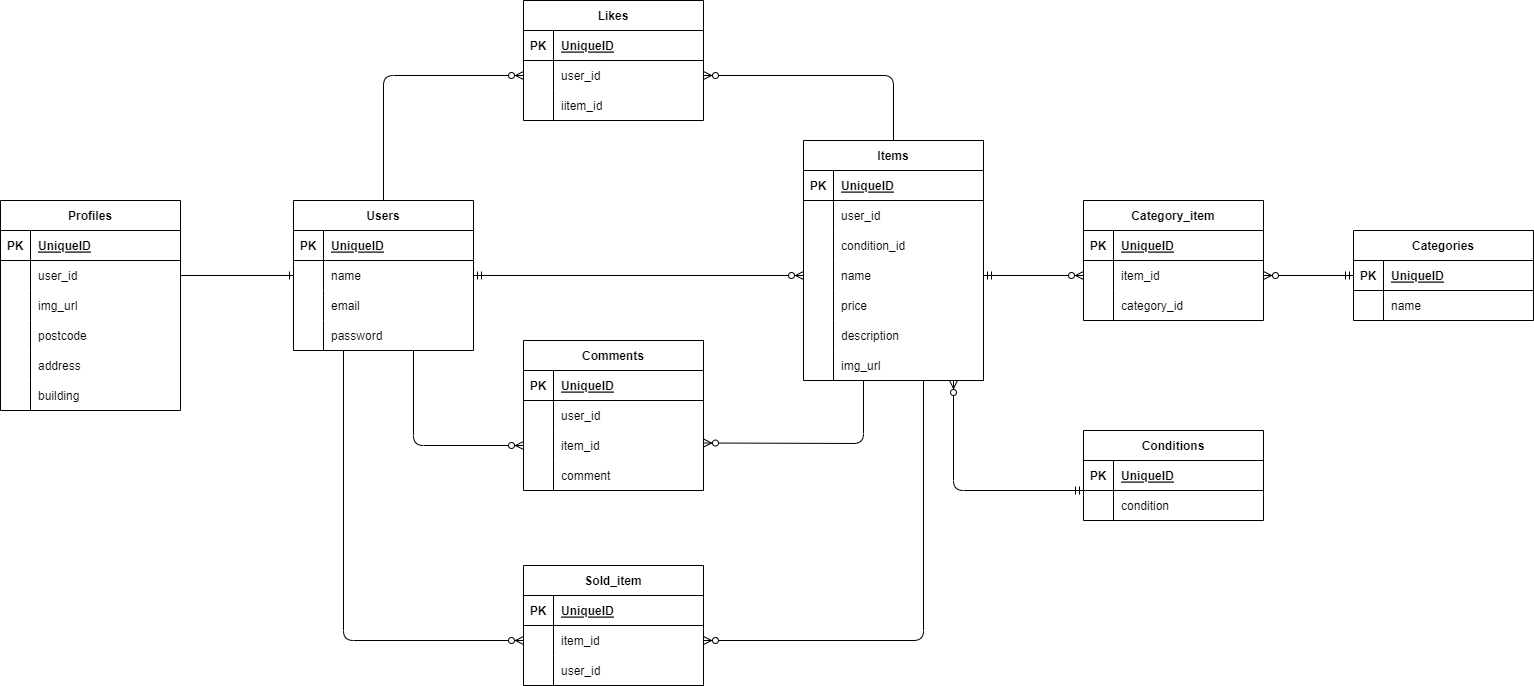
Above: storage/image/ER_figure.drawio.png in yu-tooo/coachtech-flma (draw.io), before the change. Source tidied: cells renumbered, new cells last; positions are measured from the earlier drawing's top-left corner, leaving out a move shared by most shapes.
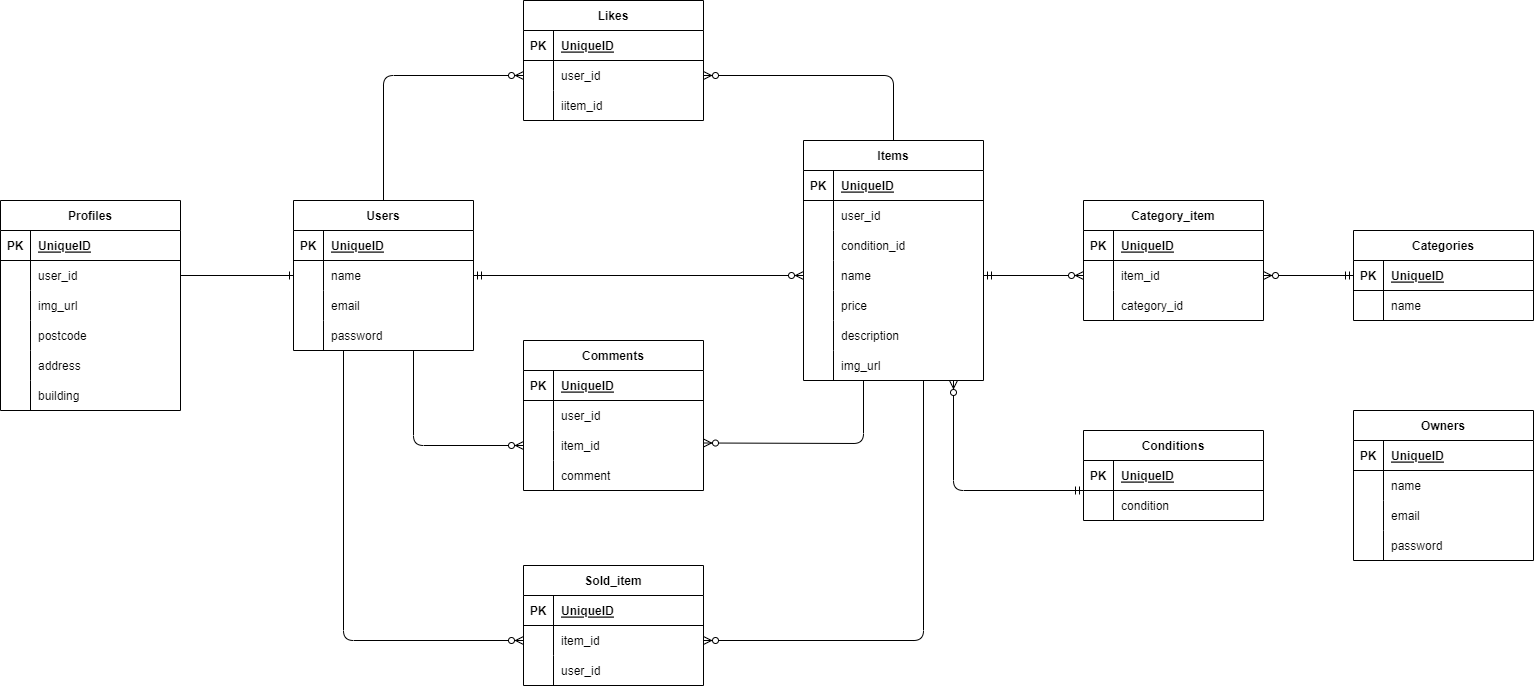
Later version of the same file.

Diff of the diagram source:
```diff
@@ -424,5 +424,44 @@
     <mxCell id="130" style="fontSize=12;html=1;endArrow=ERzeroToMany;startArrow=ERmandOne;strokeColor=#000000;fontColor=#000000;entryX=1;entryY=0.5;entryDx=0;entryDy=0;exitX=0;exitY=0.5;exitDx=0;exitDy=0;" parent="1" edge="1" source="107" target="100">
       <mxGeometry relative="1" as="geometry" />
     </mxCell>
+    <mxCell id="131" value="Owners" style="shape=table;startSize=30;rowLines=0;fontStyle=1;align=center;strokeColor=#000000;fontColor=#000000;fillColor=#FFFFFF;" parent="1" vertex="1">
+      <mxGeometry x="1353" y="410" width="180" height="150" as="geometry" />
+    </mxCell>
+    <mxCell id="132" style="shape=tableRow;horizontal=0;startSize=0;swimlaneHead=0;swimlaneBody=0;fillColor=none;top=0;left=0;right=0;bottom=1;strokeColor=#000000;" parent="131" vertex="1">
+      <mxGeometry y="30" width="180" height="30" as="geometry" />
+    </mxCell>
+    <mxCell id="133" value="PK" style="shape=partialRectangle;fillColor=none;top=0;left=0;bottom=0;right=0;fontStyle=1;overflow=hidden;fontColor=#000000;strokeColor=#000000;" parent="132" vertex="1">
+      <mxGeometry width="30" height="30" as="geometry" />
+    </mxCell>
+    <mxCell id="134" value="UniqueID" style="shape=partialRectangle;fillColor=none;top=0;left=0;bottom=0;right=0;align=left;spacingLeft=6;fontStyle=5;overflow=hidden;strokeColor=#000000;fontColor=#000000;" parent="132" vertex="1">
+      <mxGeometry x="30" width="150" height="30" as="geometry" />
+    </mxCell>
+    <mxCell id="135" style="shape=tableRow;horizontal=0;startSize=0;swimlaneHead=0;swimlaneBody=0;fillColor=none;top=0;left=0;right=0;bottom=0;strokeColor=#000000;" parent="131" vertex="1">
+      <mxGeometry y="60" width="180" height="30" as="geometry" />
+    </mxCell>
+    <mxCell id="136" style="shape=partialRectangle;fillColor=none;top=0;left=0;bottom=0;right=0;overflow=hidden;strokeColor=#000000;" parent="135" vertex="1">
+      <mxGeometry width="30" height="30" as="geometry" />
+    </mxCell>
+    <mxCell id="137" value="name" style="shape=partialRectangle;fillColor=none;top=0;left=0;bottom=0;right=0;align=left;spacingLeft=6;overflow=hidden;fontColor=#000000;strokeColor=#000000;" parent="135" vertex="1">
+      <mxGeometry x="30" width="150" height="30" as="geometry" />
+    </mxCell>
+    <mxCell id="138" style="shape=tableRow;horizontal=0;startSize=0;swimlaneHead=0;swimlaneBody=0;fillColor=none;top=0;left=0;right=0;bottom=0;" parent="131" vertex="1">
+      <mxGeometry y="90" width="180" height="30" as="geometry" />
+    </mxCell>
+    <mxCell id="139" style="shape=partialRectangle;fillColor=none;top=0;left=0;bottom=0;right=0;overflow=hidden;" parent="138" vertex="1">
+      <mxGeometry width="30" height="30" as="geometry" />
+    </mxCell>
+    <mxCell id="140" value="email" style="shape=partialRectangle;fillColor=none;top=0;left=0;bottom=0;right=0;align=left;spacingLeft=6;overflow=hidden;fontColor=#000000;" parent="138" vertex="1">
+      <mxGeometry x="30" width="150" height="30" as="geometry" />
+    </mxCell>
+    <mxCell id="141" style="shape=tableRow;horizontal=0;startSize=0;swimlaneHead=0;swimlaneBody=0;fillColor=none;top=0;left=0;right=0;bottom=0;" parent="131" vertex="1">
+      <mxGeometry y="120" width="180" height="30" as="geometry" />
+    </mxCell>
+    <mxCell id="142" style="shape=partialRectangle;fillColor=none;top=0;left=0;bottom=0;right=0;overflow=hidden;" parent="141" vertex="1">
+      <mxGeometry width="30" height="30" as="geometry" />
+    </mxCell>
+    <mxCell id="143" value="password" style="shape=partialRectangle;fillColor=none;top=0;left=0;bottom=0;right=0;align=left;spacingLeft=6;overflow=hidden;fontColor=#000000;" parent="141" vertex="1">
+      <mxGeometry x="30" width="150" height="30" as="geometry" />
+    </mxCell>
   </root>
 </mxGraphModel>
```
